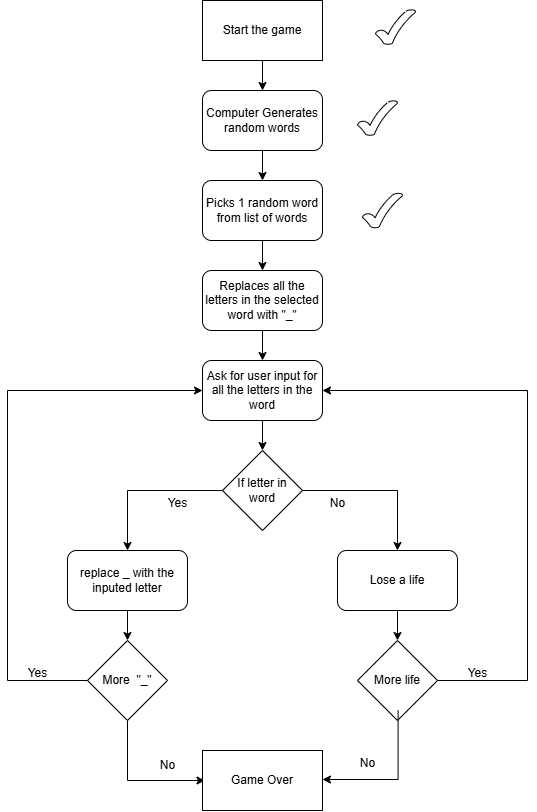
The draw.io diagram Hangman/Hangman.drawio.png in AnoopGeorge418/Python-Projects, before a commit. Source tidied: cells renumbered, new cells last; positions are measured from the earlier drawing's top-left corner, leaving out a move shared by most shapes.
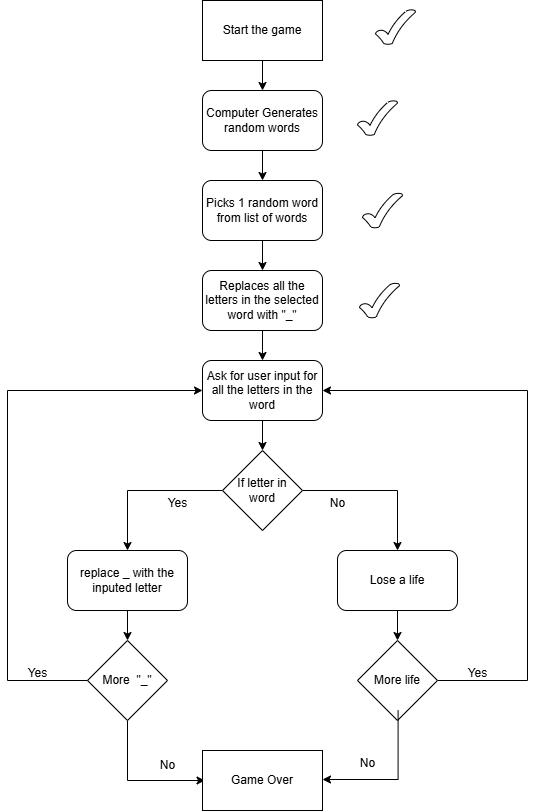
After the change.

Diff of the diagram source:
```diff
@@ -125,5 +125,8 @@
     <mxCell id="34" style="verticalLabelPosition=bottom;verticalAlign=top;html=1;shape=mxgraph.basic.tick;" parent="1" vertex="1">
       <mxGeometry x="355" y="192.5" width="40" height="35" as="geometry" />
     </mxCell>
+    <mxCell id="35" style="verticalLabelPosition=bottom;verticalAlign=top;html=1;shape=mxgraph.basic.tick;" parent="1" vertex="1">
+      <mxGeometry x="352" y="282.5" width="40" height="35" as="geometry" />
+    </mxCell>
   </root>
 </mxGraphModel>
```
